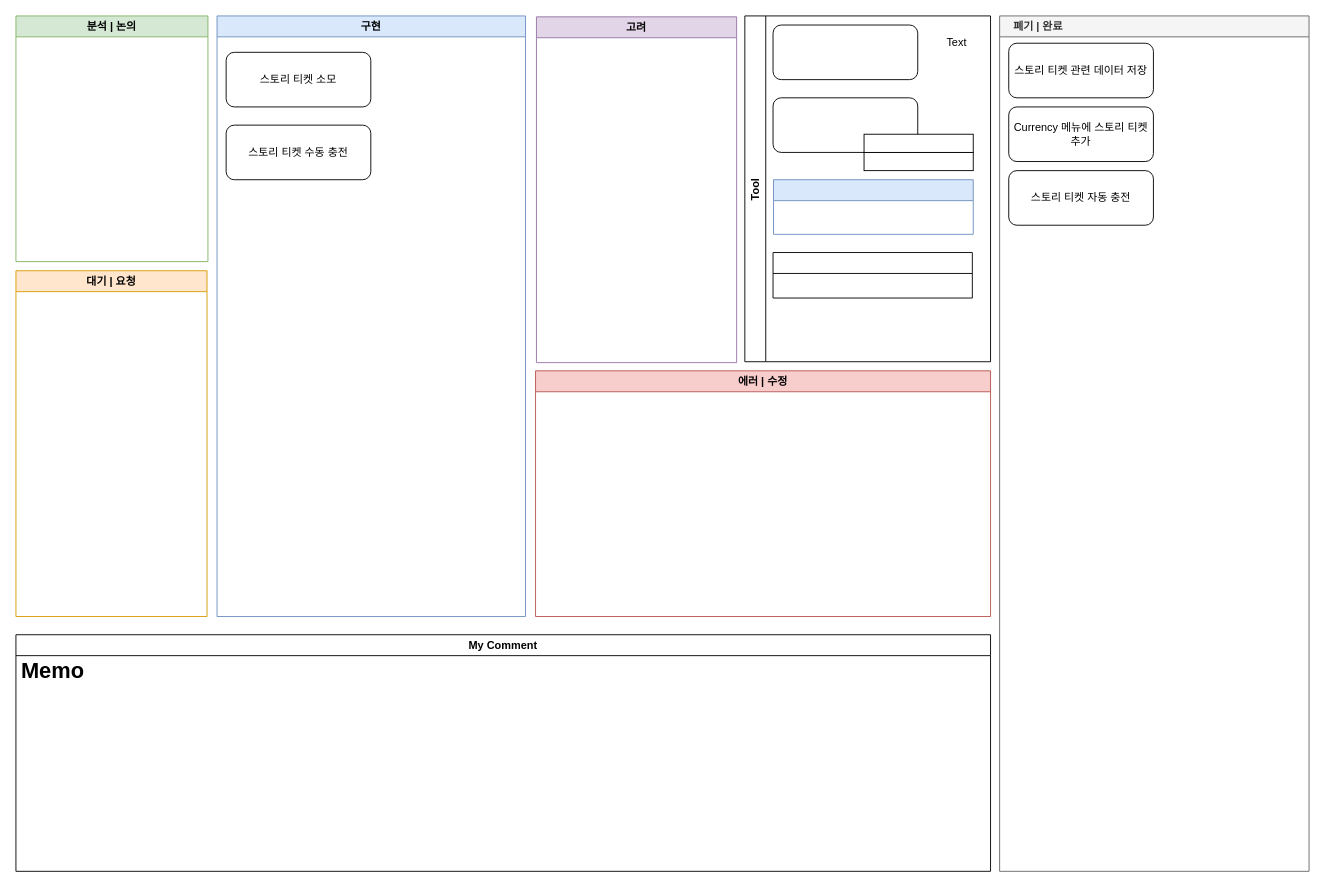
This is 스토리 티켓 진행상황.drawio from Endorr/Job-Board, a draw.io file, before an edit. Source tidied: cells renumbered, new cells numbered last; positions are measured from the earlier drawing's top-left corner, leaving out a move shared by most shapes. Both pictures are drawn from the tidied source at 91%, with x=0, y=0 at pixel (15, 15).
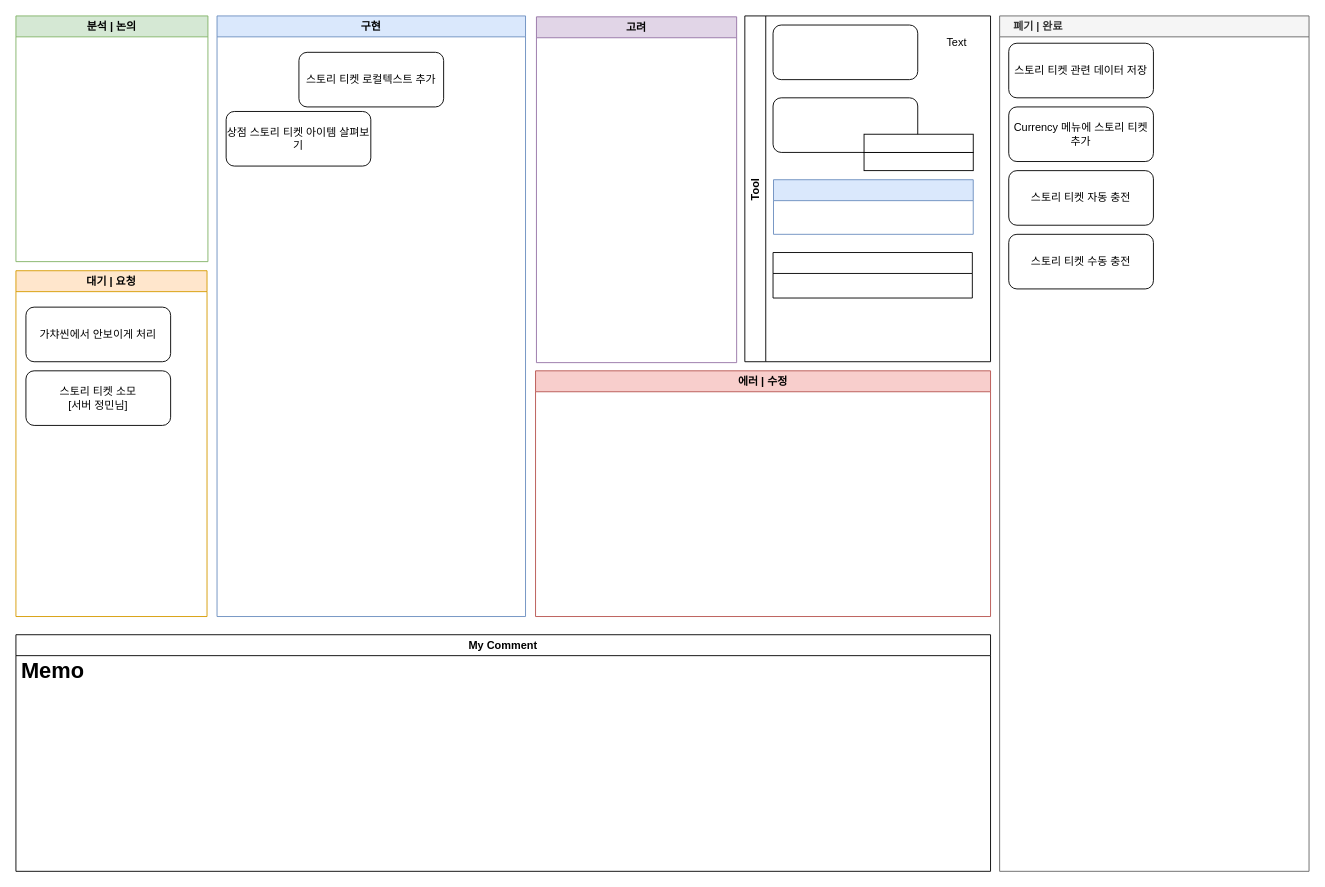
The same page after the edit.

Commit message:
Update 스토리 티켓 진행상황.drawio

The change refers to these unchanged cells:
```xml
<mxCell id="2" value="구현" style="swimlane;fillColor=#dae8fc;strokeColor=#6c8ebf;" parent="1" vertex="1">
  <mxGeometry x="221" width="339" height="660" as="geometry" />
</mxCell>
<mxCell id="7" value="대기 | 요청" style="swimlane;strokeColor=#d79b00;fillColor=#ffe6cc;" parent="1" vertex="1">
  <mxGeometry y="280" width="210" height="380" as="geometry" />
</mxCell>
<mxCell id="9" value="    폐기 | 완료" style="swimlane;strokeColor=#666666;fillColor=#f5f5f5;fontColor=#333333;align=left;" parent="1" vertex="1">
  <mxGeometry x="1081" width="340" height="940" as="geometry" />
</mxCell>
```

The edit, as a diff of the source:
```diff
@@
-    <mxCell id="3" value="스토리 티켓 소모" style="rounded=1;whiteSpace=wrap;html=1;" parent="2" vertex="1">
-      <mxGeometry x="10" y="40" width="159" height="60" as="geometry" />
-    </mxCell>
-    <mxCell id="4" value="스토리 티켓 수동 충전" style="rounded=1;whiteSpace=wrap;html=1;" parent="2" vertex="1">
-      <mxGeometry x="10" y="120" width="159" height="60" as="geometry" />
-    </mxCell>
+    <mxCell id="24" value="스토리 티켓 로컬텍스트 추가" style="rounded=1;whiteSpace=wrap;html=1;" parent="2" vertex="1">
+      <mxGeometry x="90" y="40" width="159" height="60" as="geometry" />
+    </mxCell>
+    <mxCell id="25" value="상점 스토리 티켓 아이템 살펴보기" style="rounded=1;whiteSpace=wrap;html=1;" parent="2" vertex="1">
+      <mxGeometry x="10" y="105" width="159" height="60" as="geometry" />
+    </mxCell>
@@
+    <mxCell id="26" value="가챠씬에서 안보이게 처리" style="rounded=1;whiteSpace=wrap;html=1;" parent="7" vertex="1">
+      <mxGeometry x="11" y="40" width="159" height="60" as="geometry" />
+    </mxCell>
+    <mxCell id="3" value="스토리 티켓 소모&lt;br&gt;[서버 정민님]" style="rounded=1;whiteSpace=wrap;html=1;" parent="7" vertex="1">
+      <mxGeometry x="11" y="110" width="159" height="60" as="geometry" />
+    </mxCell>
@@
+    <mxCell id="4" value="스토리 티켓 수동 충전" style="rounded=1;whiteSpace=wrap;html=1;" parent="9" vertex="1">
+      <mxGeometry x="10" y="240" width="159" height="60" as="geometry" />
+    </mxCell>
```
